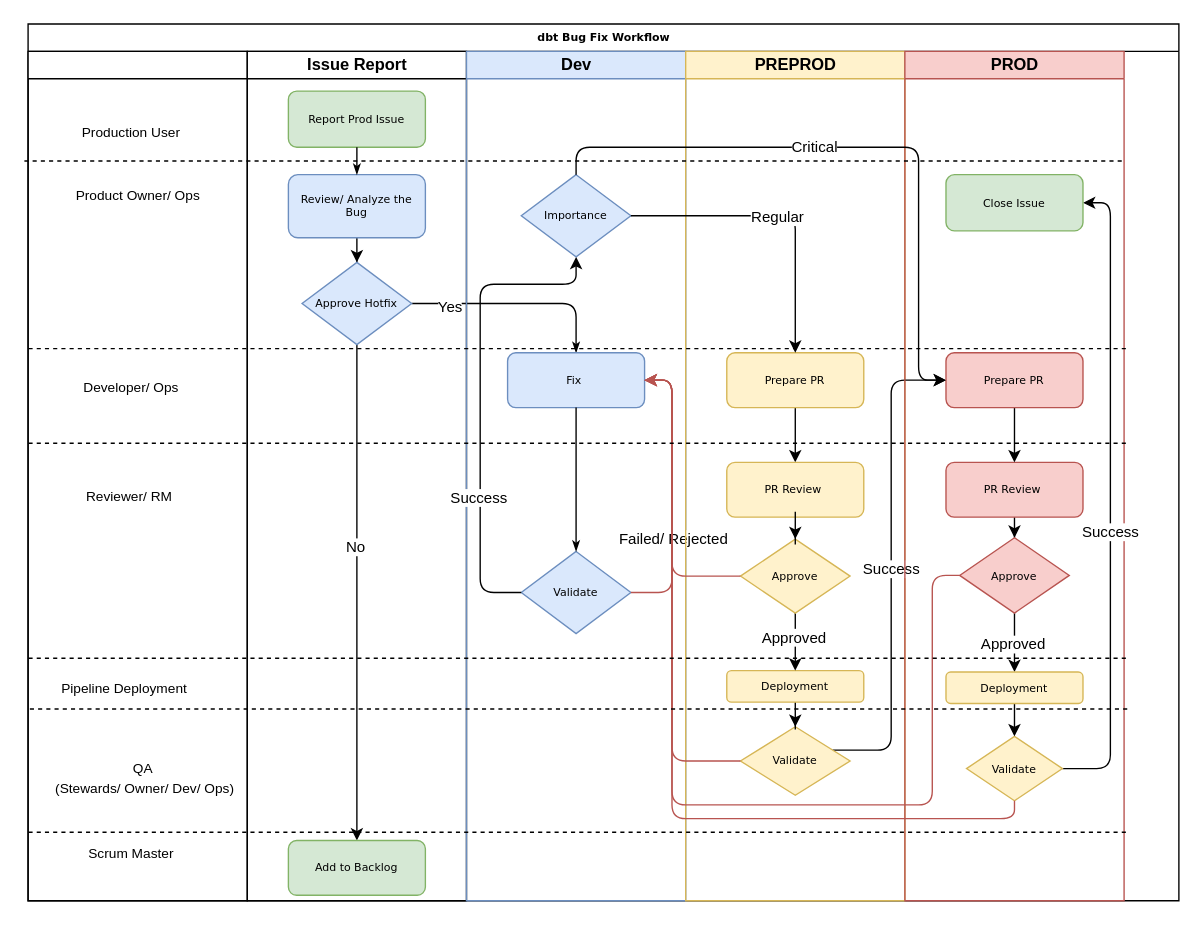
Above: dbtFlow.drawio in jijeeshme/diagrams (draw.io), before the change. Source tidied: cells renumbered, new cells numbered last; positions are measured from the earlier drawing's top-left corner, leaving out a move shared by most shapes. Both pictures are drawn from the tidied source at 137%, with x=0, y=0 at pixel (23, 23).
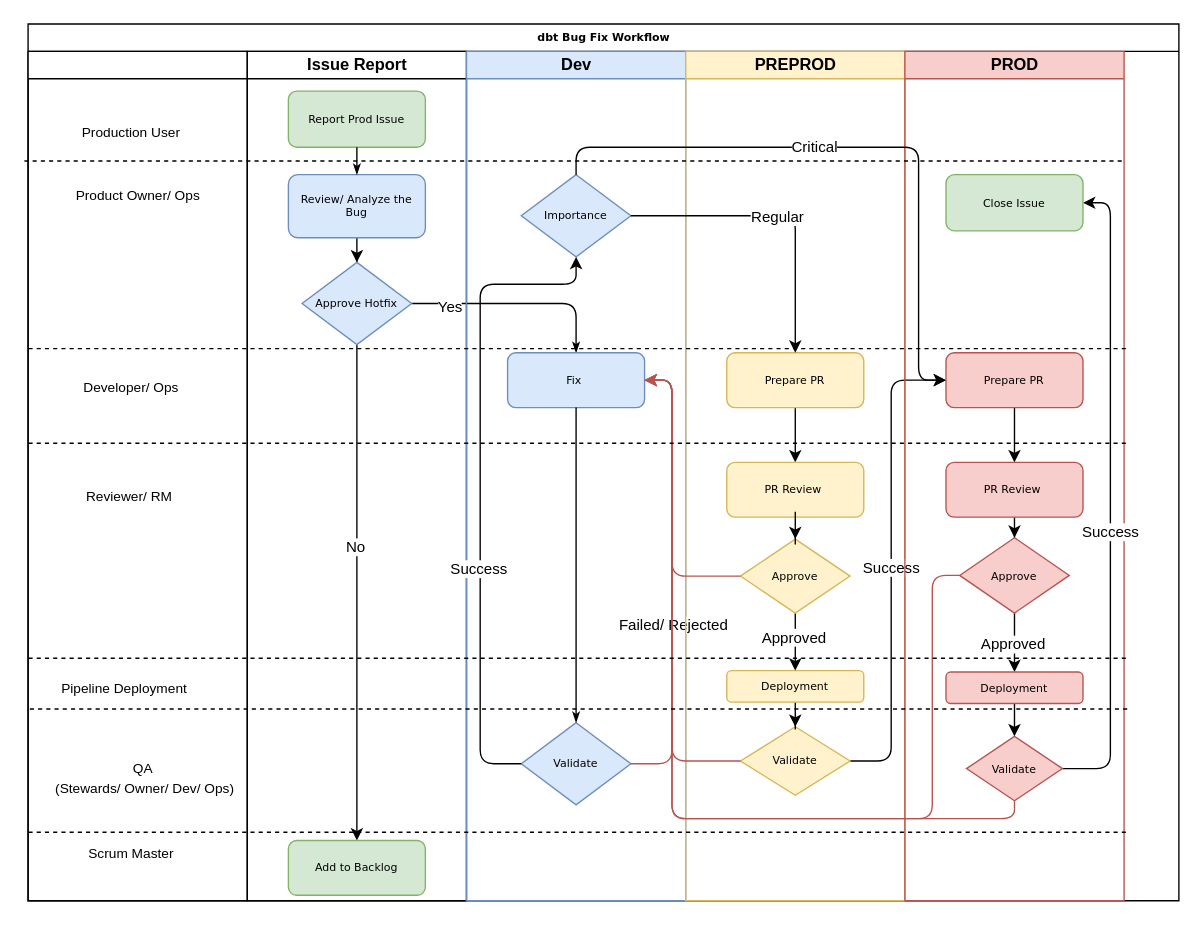
After the change.

The change refers to these unchanged cells:
```xml
<mxCell id="2" value="dbt Bug Fix Workflow" style="swimlane;html=1;startSize=20;rounded=0;shadow=0;labelBackgroundColor=none;strokeWidth=1;fontFamily=Verdana;fontSize=8;align=center;" parent="1" vertex="1">
  <mxGeometry x="3" width="840" height="640" as="geometry" />
</mxCell>
<mxCell id="22" value="Dev" style="swimlane;html=1;startSize=20;fillColor=#dae8fc;strokeColor=#6c8ebf;" parent="2" vertex="1">
  <mxGeometry x="320" y="20" width="160" height="620" as="geometry" />
</mxCell>
<mxCell id="23" value="Fix&amp;nbsp;" style="rounded=1;whiteSpace=wrap;html=1;shadow=0;labelBackgroundColor=none;strokeWidth=1;fontFamily=Verdana;fontSize=8;align=center;fillColor=#dae8fc;strokeColor=#6c8ebf;" parent="22" vertex="1">
  <mxGeometry x="30" y="220" width="100" height="40" as="geometry" />
</mxCell>
<mxCell id="29" value="PREPROD" style="swimlane;html=1;startSize=20;fillColor=#fff2cc;strokeColor=#d6b656;" parent="2" vertex="1">
  <mxGeometry x="480" y="20" width="160" height="620" as="geometry" />
</mxCell>
<mxCell id="35" value="Validate" style="rhombus;whiteSpace=wrap;html=1;rounded=0;shadow=0;labelBackgroundColor=none;strokeWidth=1;fontFamily=Verdana;fontSize=8;align=center;fillColor=#fff2cc;strokeColor=#d6b656;" parent="29" vertex="1">
  <mxGeometry x="40" y="493" width="80" height="50" as="geometry" />
</mxCell>
<mxCell id="38" value="PROD" style="swimlane;html=1;startSize=20;fillColor=#f8cecc;strokeColor=#b85450;" parent="2" vertex="1">
  <mxGeometry x="640" y="20" width="160" height="620" as="geometry" />
</mxCell>
<mxCell id="45" value="Approve" style="rhombus;whiteSpace=wrap;html=1;rounded=0;shadow=0;labelBackgroundColor=none;strokeWidth=1;fontFamily=Verdana;fontSize=8;align=center;fillColor=#f8cecc;strokeColor=#b85450;" parent="38" vertex="1">
  <mxGeometry x="40" y="355" width="80" height="55" as="geometry" />
</mxCell>
```

The edit, as a diff of the source:
```diff
@@
     <mxCell id="24" value="Validate" style="rhombus;whiteSpace=wrap;html=1;rounded=0;shadow=0;labelBackgroundColor=none;strokeWidth=1;fontFamily=Verdana;fontSize=8;align=center;fillColor=#dae8fc;strokeColor=#6c8ebf;" parent="22" vertex="1">
-      <mxGeometry x="40" y="365" width="80" height="60" as="geometry" />
+      <mxGeometry x="40" y="490" width="80" height="60" as="geometry" />
     </mxCell>
@@
     <mxCell id="26" style="edgeStyle=orthogonalEdgeStyle;rounded=1;html=1;labelBackgroundColor=none;startArrow=none;startFill=0;startSize=5;endArrow=classicThin;endFill=1;endSize=5;jettySize=auto;strokeWidth=1;fontFamily=Verdana;fontSize=8;entryX=1;entryY=0.5;entryDx=0;entryDy=0;exitX=1;exitY=0.5;exitDx=0;exitDy=0;fillColor=#f8cecc;strokeColor=#b85450;" parent="22" edge="1" source="24" target="23">
       <mxGeometry relative="1" as="geometry">
         <Array as="points">
-          <mxPoint x="150" y="395" />
+          <mxPoint x="150" y="520" />
           <mxPoint x="150" y="240" />
         </Array>
       </mxGeometry>
     </mxCell>
@@
-    <mxCell id="33" style="edgeStyle=orthogonalEdgeStyle;rounded=1;jettySize=auto;html=1;" parent="29" edge="1" source="35">
+    <mxCell id="33" style="edgeStyle=orthogonalEdgeStyle;rounded=1;jettySize=auto;html=1;exitX=1;exitY=0.5;exitDx=0;exitDy=0;" parent="29" edge="1" source="35">
       <mxGeometry relative="1" as="geometry">
         <mxPoint x="190" y="240" as="targetPoint" />
         <Array as="points">
-          <mxPoint x="150" y="510" />
+          <mxPoint x="150" y="518" />
           <mxPoint x="150" y="240" />
         </Array>
       </mxGeometry>
     </mxCell>
@@
-    <mxCell id="48" value="Validate" style="rhombus;whiteSpace=wrap;html=1;rounded=0;shadow=0;labelBackgroundColor=none;strokeWidth=1;fontFamily=Verdana;fontSize=8;align=center;fillColor=#fff2cc;strokeColor=#d6b656;" parent="38" vertex="1">
+    <mxCell id="48" value="Validate" style="rhombus;whiteSpace=wrap;html=1;rounded=0;shadow=0;labelBackgroundColor=none;strokeWidth=1;fontFamily=Verdana;fontSize=8;align=center;fillColor=#f8cecc;strokeColor=#b85450;" parent="38" vertex="1">
       <mxGeometry x="45" y="500" width="70" height="47" as="geometry" />
     </mxCell>
@@
-    <mxCell id="51" value="Deployment" style="rounded=1;whiteSpace=wrap;html=1;shadow=0;labelBackgroundColor=none;strokeWidth=1;fontFamily=Verdana;fontSize=8;align=center;fillColor=#fff2cc;strokeColor=#d6b656;" parent="38" vertex="1">
+    <mxCell id="51" value="Deployment" style="rounded=1;whiteSpace=wrap;html=1;shadow=0;labelBackgroundColor=none;strokeWidth=1;fontFamily=Verdana;fontSize=8;align=center;fillColor=#f8cecc;strokeColor=#b85450;" parent="38" vertex="1">
       <mxGeometry x="30" y="453" width="100" height="23" as="geometry" />
     </mxCell>
     <mxCell id="52" style="edgeStyle=orthogonalEdgeStyle;rounded=1;jettySize=auto;html=1;exitX=0;exitY=0.5;exitDx=0;exitDy=0;" parent="2" edge="1" source="24">
       <mxGeometry relative="1" as="geometry">
         <mxPoint x="400" y="170" as="targetPoint" />
         <Array as="points">
-          <mxPoint x="330" y="415" />
+          <mxPoint x="330" y="540" />
           <mxPoint x="330" y="190" />
           <mxPoint x="400" y="190" />
         </Array>
       </mxGeometry>
     </mxCell>
@@
     <mxCell id="59" style="edgeStyle=orthogonalEdgeStyle;rounded=1;jettySize=auto;html=1;entryX=1;entryY=0.5;entryDx=0;entryDy=0;exitX=0;exitY=0.5;exitDx=0;exitDy=0;fillColor=#f8cecc;strokeColor=#b85450;" parent="2" edge="1" source="45" target="23">
       <mxGeometry relative="1" as="geometry">
         <Array as="points">
           <mxPoint x="660" y="403" />
-          <mxPoint x="660" y="570" />
-          <mxPoint x="470" y="570" />
+          <mxPoint x="660" y="580" />
+          <mxPoint x="470" y="580" />
           <mxPoint x="470" y="260" />
         </Array>
       </mxGeometry>
     </mxCell>
```
